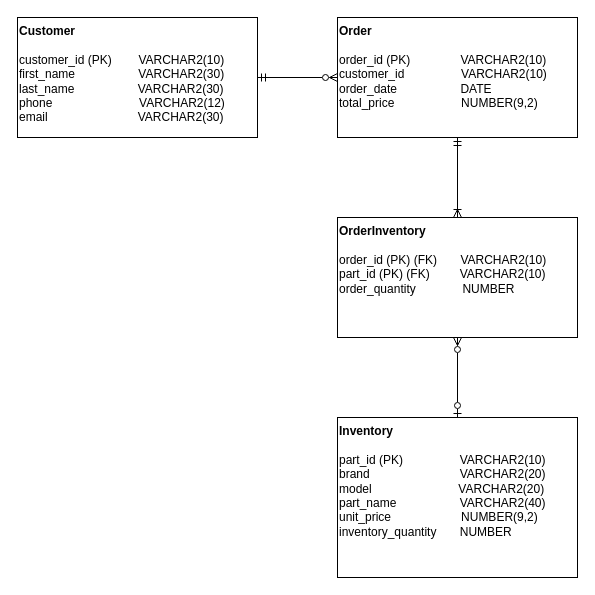
Above: Documents/ERD.drawio in paphopta/cprg211_project (draw.io), before the change. Source tidied: cells renumbered, new cells numbered last; positions are measured from the earlier drawing's top-left corner, leaving out a move shared by most shapes. Both pictures are drawn from the tidied source at 100%, with x=0, y=0 at pixel (17, 17).
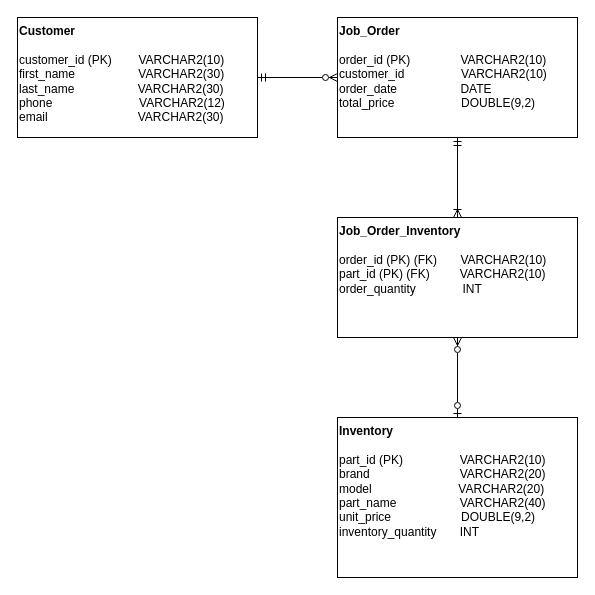
After the change.

Commit message (it also covers changes not shown here):
Update ERD and add sql script to add dummy data

Diff of the diagram source:
```diff
@@
 <mxGraphModel>
   <root>
     <mxCell id="0" />
     <mxCell id="1" parent="0" />
     <mxCell id="2" style="edgeStyle=orthogonalEdgeStyle;rounded=0;jettySize=auto;html=1;exitX=1;exitY=0.5;exitDx=0;exitDy=0;entryX=0;entryY=0.5;entryDx=0;entryDy=0;endArrow=ERzeroToMany;endFill=0;startArrow=ERmandOne;startFill=0;" parent="1" edge="1" source="3" target="5">
       <mxGeometry relative="1" as="geometry" />
     </mxCell>
     <mxCell id="3" value="&lt;b&gt;Customer&lt;/b&gt;&lt;div&gt;&lt;br&gt;&lt;/div&gt;&lt;div&gt;customer_id (PK)&amp;nbsp; &amp;nbsp; &amp;nbsp; &amp;nbsp;&amp;nbsp;&lt;span style=&quot;background-color: transparent; color: light-dark(rgb(0, 0, 0), rgb(255, 255, 255));&quot;&gt;VARCHAR2(10)&lt;/span&gt;&lt;/div&gt;&lt;div&gt;first_name&amp;nbsp; &amp;nbsp; &amp;nbsp; &amp;nbsp; &amp;nbsp; &amp;nbsp; &amp;nbsp; &amp;nbsp; &amp;nbsp; &amp;nbsp;VARCHAR2(30)&lt;/div&gt;&lt;div&gt;last_name&lt;span style=&quot;background-color: transparent; color: light-dark(rgb(0, 0, 0), rgb(255, 255, 255));&quot;&gt;&amp;nbsp; &amp;nbsp; &amp;nbsp; &amp;nbsp; &amp;nbsp; &amp;nbsp; &amp;nbsp; &amp;nbsp; &amp;nbsp; &amp;nbsp;VARCHAR2(30)&lt;/span&gt;&lt;/div&gt;&lt;div&gt;phone&lt;span style=&quot;background-color: transparent; color: light-dark(rgb(0, 0, 0), rgb(255, 255, 255));&quot;&gt;&amp;nbsp; &amp;nbsp; &amp;nbsp; &amp;nbsp; &amp;nbsp; &amp;nbsp; &amp;nbsp; &amp;nbsp; &amp;nbsp; &amp;nbsp; &amp;nbsp; &amp;nbsp; &amp;nbsp; VARCHAR2(12)&lt;/span&gt;&lt;/div&gt;&lt;div&gt;email&lt;span style=&quot;background-color: transparent; color: light-dark(rgb(0, 0, 0), rgb(255, 255, 255));&quot;&gt;&amp;nbsp; &amp;nbsp; &amp;nbsp; &amp;nbsp; &amp;nbsp; &amp;nbsp; &amp;nbsp; &amp;nbsp; &amp;nbsp; &amp;nbsp; &amp;nbsp; &amp;nbsp; &amp;nbsp; &amp;nbsp;VARCHAR2(30)&lt;/span&gt;&lt;/div&gt;" style="rounded=0;whiteSpace=wrap;html=1;align=left;verticalAlign=top;" parent="1" vertex="1">
       <mxGeometry width="240" height="120" as="geometry" />
     </mxCell>
-    <mxCell id="4" value="&lt;div&gt;&lt;b&gt;Inventory&lt;/b&gt;&lt;/div&gt;&lt;div&gt;&lt;br&gt;&lt;/div&gt;&lt;div&gt;part_id (PK)&amp;nbsp; &amp;nbsp; &amp;nbsp; &amp;nbsp; &amp;nbsp; &amp;nbsp; &amp;nbsp; &amp;nbsp; &amp;nbsp;&lt;span style=&quot;background-color: transparent; color: light-dark(rgb(0, 0, 0), rgb(255, 255, 255));&quot;&gt;VARCHAR2(10)&lt;/span&gt;&lt;/div&gt;&lt;div&gt;brand&lt;span style=&quot;background-color: transparent; color: light-dark(rgb(0, 0, 0), rgb(255, 255, 255));&quot;&gt;&amp;nbsp; &amp;nbsp; &amp;nbsp; &amp;nbsp; &amp;nbsp; &amp;nbsp; &amp;nbsp; &amp;nbsp; &amp;nbsp; &amp;nbsp; &amp;nbsp; &amp;nbsp; &amp;nbsp; &amp;nbsp;VARCHAR2(20)&lt;/span&gt;&lt;/div&gt;&lt;div&gt;model&lt;span style=&quot;background-color: transparent; color: light-dark(rgb(0, 0, 0), rgb(255, 255, 255));&quot;&gt;&amp;nbsp; &amp;nbsp; &amp;nbsp; &amp;nbsp; &amp;nbsp; &amp;nbsp; &amp;nbsp; &amp;nbsp; &amp;nbsp; &amp;nbsp; &amp;nbsp; &amp;nbsp; &amp;nbsp; VARCHAR2(20)&lt;/span&gt;&lt;/div&gt;&lt;div&gt;part_name&lt;span style=&quot;background-color: transparent; color: light-dark(rgb(0, 0, 0), rgb(255, 255, 255));&quot;&gt;&amp;nbsp; &amp;nbsp; &amp;nbsp; &amp;nbsp; &amp;nbsp; &amp;nbsp; &amp;nbsp; &amp;nbsp; &amp;nbsp; &amp;nbsp;VARCHAR2(40)&lt;/span&gt;&lt;/div&gt;&lt;div&gt;unit_price&amp;nbsp; &amp;nbsp; &amp;nbsp; &amp;nbsp; &amp;nbsp; &amp;nbsp; &amp;nbsp; &amp;nbsp; &amp;nbsp; &amp;nbsp; &amp;nbsp;NUMBER(9,2)&lt;/div&gt;&lt;div&gt;inventory_quantity&amp;nbsp; &amp;nbsp; &amp;nbsp; &amp;nbsp;NUMBER&lt;/div&gt;" style="rounded=0;whiteSpace=wrap;html=1;align=left;verticalAlign=top;" parent="1" vertex="1">
+    <mxCell id="4" value="&lt;div&gt;&lt;b&gt;Inventory&lt;/b&gt;&lt;/div&gt;&lt;div&gt;&lt;br&gt;&lt;/div&gt;&lt;div&gt;part_id (PK)&amp;nbsp; &amp;nbsp; &amp;nbsp; &amp;nbsp; &amp;nbsp; &amp;nbsp; &amp;nbsp; &amp;nbsp; &amp;nbsp;&lt;span style=&quot;background-color: transparent; color: light-dark(rgb(0, 0, 0), rgb(255, 255, 255));&quot;&gt;VARCHAR2(10)&lt;/span&gt;&lt;/div&gt;&lt;div&gt;brand&lt;span style=&quot;background-color: transparent; color: light-dark(rgb(0, 0, 0), rgb(255, 255, 255));&quot;&gt;&amp;nbsp; &amp;nbsp; &amp;nbsp; &amp;nbsp; &amp;nbsp; &amp;nbsp; &amp;nbsp; &amp;nbsp; &amp;nbsp; &amp;nbsp; &amp;nbsp; &amp;nbsp; &amp;nbsp; &amp;nbsp;VARCHAR2(20)&lt;/span&gt;&lt;/div&gt;&lt;div&gt;model&lt;span style=&quot;background-color: transparent; color: light-dark(rgb(0, 0, 0), rgb(255, 255, 255));&quot;&gt;&amp;nbsp; &amp;nbsp; &amp;nbsp; &amp;nbsp; &amp;nbsp; &amp;nbsp; &amp;nbsp; &amp;nbsp; &amp;nbsp; &amp;nbsp; &amp;nbsp; &amp;nbsp; &amp;nbsp; VARCHAR2(20)&lt;/span&gt;&lt;/div&gt;&lt;div&gt;part_name&lt;span style=&quot;background-color: transparent; color: light-dark(rgb(0, 0, 0), rgb(255, 255, 255));&quot;&gt;&amp;nbsp; &amp;nbsp; &amp;nbsp; &amp;nbsp; &amp;nbsp; &amp;nbsp; &amp;nbsp; &amp;nbsp; &amp;nbsp; &amp;nbsp;VARCHAR2(40)&lt;/span&gt;&lt;/div&gt;&lt;div&gt;unit_price&amp;nbsp; &amp;nbsp; &amp;nbsp; &amp;nbsp; &amp;nbsp; &amp;nbsp; &amp;nbsp; &amp;nbsp; &amp;nbsp; &amp;nbsp; &amp;nbsp;DOUBLE(9,2)&lt;/div&gt;&lt;div&gt;inventory_quantity&amp;nbsp; &amp;nbsp; &amp;nbsp; &amp;nbsp;INT&lt;/div&gt;" style="rounded=0;whiteSpace=wrap;html=1;align=left;verticalAlign=top;" parent="1" vertex="1">
       <mxGeometry x="320" y="400" width="240" height="160" as="geometry" />
     </mxCell>
-    <mxCell id="5" value="&lt;b&gt;Order&lt;/b&gt;&lt;div&gt;&lt;br&gt;&lt;/div&gt;&lt;div&gt;order_id (PK)&lt;span style=&quot;background-color: transparent; color: light-dark(rgb(0, 0, 0), rgb(255, 255, 255));&quot;&gt;&amp;nbsp; &amp;nbsp; &amp;nbsp; &amp;nbsp; &amp;nbsp; &amp;nbsp; &amp;nbsp; &amp;nbsp;&lt;/span&gt;&lt;span style=&quot;background-color: transparent; color: light-dark(rgb(0, 0, 0), rgb(255, 255, 255));&quot;&gt;VARCHAR2(10)&lt;/span&gt;&lt;/div&gt;&lt;div&gt;customer_id&lt;span style=&quot;background-color: transparent; color: light-dark(rgb(0, 0, 0), rgb(255, 255, 255));&quot;&gt;&amp;nbsp; &amp;nbsp; &amp;nbsp; &amp;nbsp; &amp;nbsp; &amp;nbsp; &amp;nbsp; &amp;nbsp; &amp;nbsp;&lt;/span&gt;&lt;span style=&quot;background-color: transparent; color: light-dark(rgb(0, 0, 0), rgb(255, 255, 255));&quot;&gt;VARCHAR2(10)&lt;/span&gt;&lt;/div&gt;&lt;div&gt;order_date&amp;nbsp; &amp;nbsp; &amp;nbsp; &amp;nbsp; &amp;nbsp; &amp;nbsp; &amp;nbsp; &amp;nbsp; &amp;nbsp; &amp;nbsp;DATE&lt;/div&gt;&lt;div&gt;total_price&lt;span style=&quot;background-color: transparent; color: light-dark(rgb(0, 0, 0), rgb(255, 255, 255));&quot;&gt;&amp;nbsp; &amp;nbsp; &amp;nbsp; &amp;nbsp; &amp;nbsp; &amp;nbsp; &amp;nbsp; &amp;nbsp; &amp;nbsp; &amp;nbsp; NUMBER(9,2)&lt;/span&gt;&lt;/div&gt;" style="rounded=0;whiteSpace=wrap;html=1;align=left;verticalAlign=top;" parent="1" vertex="1">
+    <mxCell id="5" value="&lt;b&gt;Job_Order&lt;/b&gt;&lt;div&gt;&lt;br&gt;&lt;/div&gt;&lt;div&gt;order_id (PK)&lt;span style=&quot;background-color: transparent; color: light-dark(rgb(0, 0, 0), rgb(255, 255, 255));&quot;&gt;&amp;nbsp; &amp;nbsp; &amp;nbsp; &amp;nbsp; &amp;nbsp; &amp;nbsp; &amp;nbsp; &amp;nbsp;&lt;/span&gt;&lt;span style=&quot;background-color: transparent; color: light-dark(rgb(0, 0, 0), rgb(255, 255, 255));&quot;&gt;VARCHAR2(10)&lt;/span&gt;&lt;/div&gt;&lt;div&gt;customer_id&lt;span style=&quot;background-color: transparent; color: light-dark(rgb(0, 0, 0), rgb(255, 255, 255));&quot;&gt;&amp;nbsp; &amp;nbsp; &amp;nbsp; &amp;nbsp; &amp;nbsp; &amp;nbsp; &amp;nbsp; &amp;nbsp; &amp;nbsp;&lt;/span&gt;&lt;span style=&quot;background-color: transparent; color: light-dark(rgb(0, 0, 0), rgb(255, 255, 255));&quot;&gt;VARCHAR2(10)&lt;/span&gt;&lt;/div&gt;&lt;div&gt;order_date&amp;nbsp; &amp;nbsp; &amp;nbsp; &amp;nbsp; &amp;nbsp; &amp;nbsp; &amp;nbsp; &amp;nbsp; &amp;nbsp; &amp;nbsp;DATE&lt;/div&gt;&lt;div&gt;total_price&lt;span style=&quot;background-color: transparent; color: light-dark(rgb(0, 0, 0), rgb(255, 255, 255));&quot;&gt;&amp;nbsp; &amp;nbsp; &amp;nbsp; &amp;nbsp; &amp;nbsp; &amp;nbsp; &amp;nbsp; &amp;nbsp; &amp;nbsp; &amp;nbsp; DOUBLE(9,2)&lt;/span&gt;&lt;/div&gt;" style="rounded=0;whiteSpace=wrap;html=1;align=left;verticalAlign=top;" parent="1" vertex="1">
       <mxGeometry x="320" width="240" height="120" as="geometry" />
     </mxCell>
-    <mxCell id="6" value="&lt;b&gt;OrderInventory&lt;/b&gt;&lt;div&gt;&lt;br&gt;&lt;/div&gt;&lt;div&gt;order_id (PK) (FK)&lt;span style=&quot;background-color: transparent; color: light-dark(rgb(0, 0, 0), rgb(255, 255, 255));&quot;&gt;&amp;nbsp; &amp;nbsp; &amp;nbsp; &amp;nbsp;&lt;/span&gt;&lt;span style=&quot;background-color: transparent; color: light-dark(rgb(0, 0, 0), rgb(255, 255, 255));&quot;&gt;VARCHAR2(10)&lt;/span&gt;&lt;/div&gt;&lt;div&gt;part_id (PK) (FK)&amp;nbsp; &amp;nbsp; &amp;nbsp; &amp;nbsp; &amp;nbsp;&lt;span style=&quot;color: light-dark(rgb(0, 0, 0), rgb(255, 255, 255)); background-color: transparent;&quot;&gt;VARCHAR2(10)&lt;/span&gt;&lt;/div&gt;&lt;div&gt;order_quantity&amp;nbsp; &amp;nbsp; &amp;nbsp; &amp;nbsp; &amp;nbsp; &amp;nbsp; &amp;nbsp; NUMBER&lt;span style=&quot;color: light-dark(rgb(0, 0, 0), rgb(255, 255, 255)); background-color: transparent;&quot;&gt;&lt;/span&gt;&lt;/div&gt;" style="rounded=0;whiteSpace=wrap;html=1;align=left;verticalAlign=top;" parent="1" vertex="1">
+    <mxCell id="6" value="&lt;b&gt;Job_Order_Inventory&lt;/b&gt;&lt;div&gt;&lt;br&gt;&lt;/div&gt;&lt;div&gt;order_id (PK) (FK)&lt;span style=&quot;background-color: transparent; color: light-dark(rgb(0, 0, 0), rgb(255, 255, 255));&quot;&gt;&amp;nbsp; &amp;nbsp; &amp;nbsp; &amp;nbsp;&lt;/span&gt;&lt;span style=&quot;background-color: transparent; color: light-dark(rgb(0, 0, 0), rgb(255, 255, 255));&quot;&gt;VARCHAR2(10)&lt;/span&gt;&lt;/div&gt;&lt;div&gt;part_id (PK) (FK)&amp;nbsp; &amp;nbsp; &amp;nbsp; &amp;nbsp; &amp;nbsp;&lt;span style=&quot;color: light-dark(rgb(0, 0, 0), rgb(255, 255, 255)); background-color: transparent;&quot;&gt;VARCHAR2(10)&lt;/span&gt;&lt;/div&gt;&lt;div&gt;order_quantity&amp;nbsp; &amp;nbsp; &amp;nbsp; &amp;nbsp; &amp;nbsp; &amp;nbsp; &amp;nbsp; INT&lt;span style=&quot;color: light-dark(rgb(0, 0, 0), rgb(255, 255, 255)); background-color: transparent;&quot;&gt;&lt;/span&gt;&lt;/div&gt;" style="rounded=0;whiteSpace=wrap;html=1;align=left;verticalAlign=top;" parent="1" vertex="1">
       <mxGeometry x="320" y="200" width="240" height="120" as="geometry" />
     </mxCell>
     <mxCell id="7" style="endArrow=ERmandOne;html=1;rounded=0;entryX=0.5;entryY=1;entryDx=0;entryDy=0;endFill=0;startFill=0;startArrow=ERoneToMany;" parent="1" edge="1" source="6" target="5">
       <mxGeometry relative="1" as="geometry" />
     </mxCell>
     <mxCell id="8" style="endArrow=ERzeroToMany;html=1;rounded=0;entryX=0.5;entryY=1;entryDx=0;entryDy=0;exitX=0.5;exitY=0;exitDx=0;exitDy=0;endFill=0;startArrow=ERzeroToOne;startFill=0;" parent="1" edge="1" source="4" target="6">
       <mxGeometry relative="1" as="geometry" />
     </mxCell>
   </root>
 </mxGraphModel>
```
